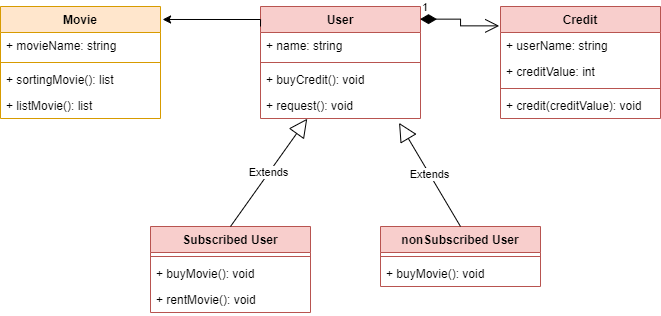
This is Online Film Sistemi.drawio.png from smyy96/PatikaOOP, a draw.io export, as it was before one commit. Source tidied: cells renumbered, new cells last; positions are measured from the earlier drawing's top-left corner, leaving out a move shared by most shapes.
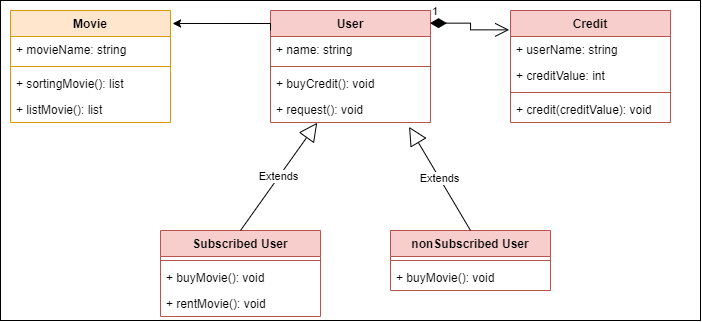
Above is the later version.

Diff of the diagram source:
```diff
@@ -2,6 +2,9 @@
   <root>
     <mxCell id="0" />
     <mxCell id="1" parent="0" />
+    <mxCell id="28" style="rounded=0;whiteSpace=wrap;html=1;" parent="1" vertex="1">
+      <mxGeometry x="-10" y="-10" width="700" height="320" as="geometry" />
+    </mxCell>
     <mxCell id="2" value="Movie" style="swimlane;fontStyle=1;align=center;verticalAlign=top;horizontal=1;startSize=26;fillColor=#ffe6cc;strokeColor=#d79b00;" parent="1" vertex="1">
       <mxGeometry width="160" height="112" as="geometry" />
     </mxCell>
```
